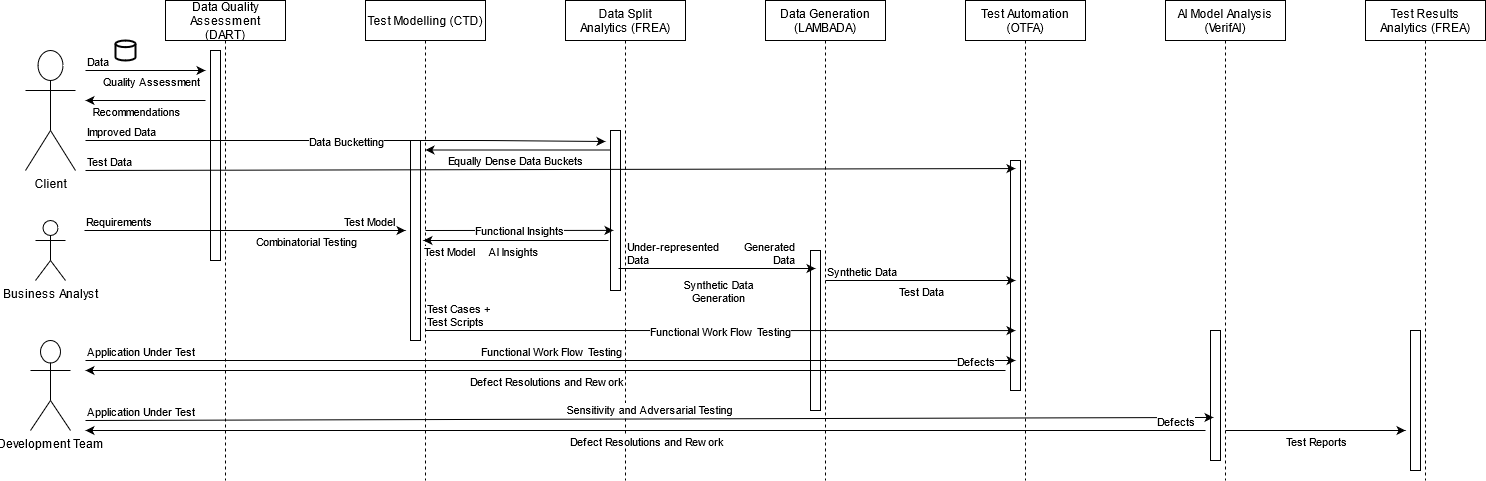
Above: FACT Process Flow.png in ilanjaya/TestCOE (draw.io), before the change. Source tidied: cells renumbered, new cells last; positions are measured from the earlier drawing's top-left corner, leaving out a move shared by most shapes.
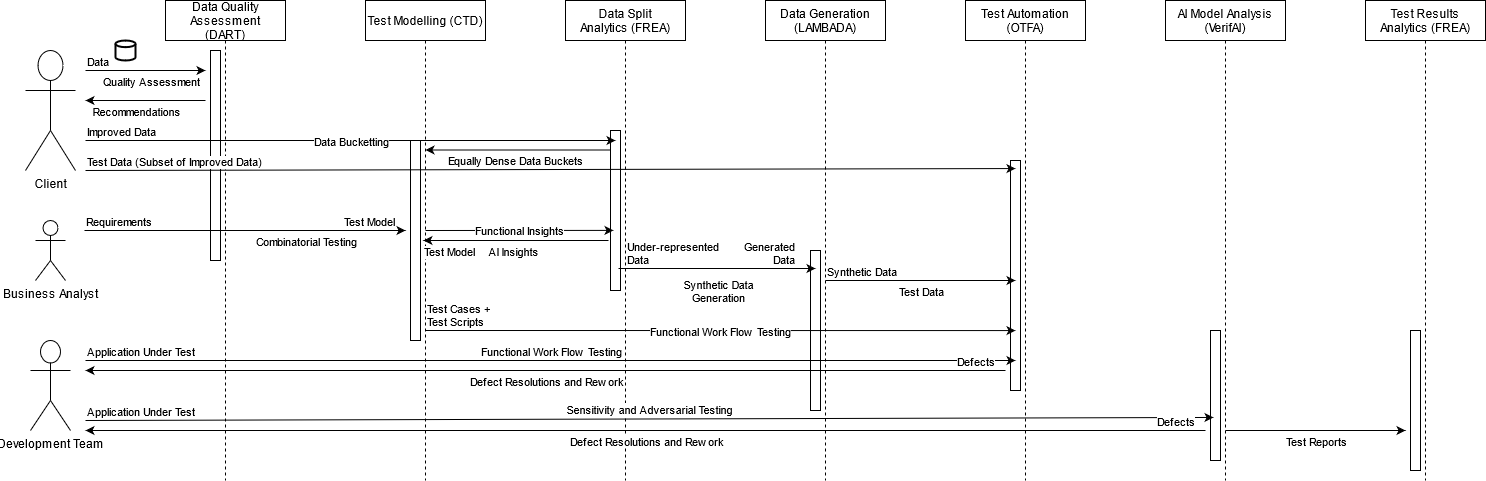
After the commit.

Diff of the diagram source:
```diff
@@ -120,7 +120,7 @@
     <mxCell id="31" style="endArrow=classic;html=1;" parent="1" edge="1">
       <mxGeometry relative="1" as="geometry">
         <mxPoint x="60" y="140" as="sourcePoint" />
-        <mxPoint x="580" y="141" as="targetPoint" />
+        <mxPoint x="590" y="140" as="targetPoint" />
         <Array as="points">
           <mxPoint x="460" y="140" />
         </Array>
@@ -189,7 +189,7 @@
         <mxPoint x="60" y="170" as="sourcePoint" />
       </mxGeometry>
     </mxCell>
-    <mxCell id="46" value="Test Data" style="edgeLabel;html=1;align=left;verticalAlign=bottom;" parent="45" vertex="1">
+    <mxCell id="46" value="Test Data (Subset of Improved Data)" style="edgeLabel;html=1;align=left;verticalAlign=bottom;" parent="45" vertex="1">
       <mxGeometry x="-1" relative="1" as="geometry" />
     </mxCell>
     <mxCell id="47" style="endArrow=classic;html=1;" parent="1" edge="1">
```
